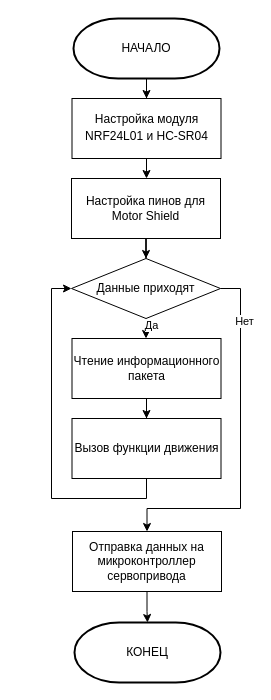
Earlier version of the draw.io diagram block_schemes/mashine_algoritm.drawio (demestor/robot_platform). Source tidied: cells renumbered, new cells numbered last; positions are measured from the earlier drawing's top-left corner, leaving out a move shared by most shapes. Both pictures are drawn from the tidied source at 100%, with x=0, y=0 at pixel (71, 18).
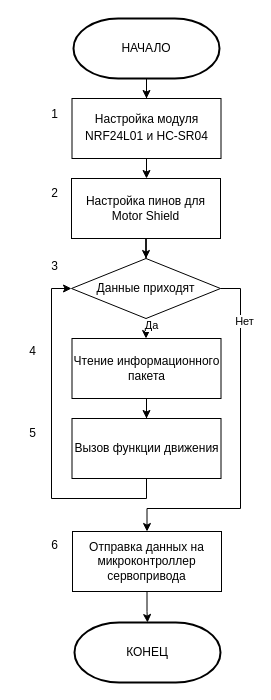
After the change.

The edit, as a diff of the source:
```diff
@@
+    <mxCell id="20" value="1" style="text;html=1;align=center;verticalAlign=middle;strokeColor=none;fillColor=none;" parent="1" vertex="1">
+      <mxGeometry x="-32" y="81" width="30" height="30" as="geometry" />
+    </mxCell>
+    <mxCell id="21" value="2" style="text;html=1;align=center;verticalAlign=middle;strokeColor=none;fillColor=none;" parent="1" vertex="1">
+      <mxGeometry x="-32" y="160" width="30" height="30" as="geometry" />
+    </mxCell>
+    <mxCell id="22" value="3" style="text;html=1;align=center;verticalAlign=middle;strokeColor=none;fillColor=none;" parent="1" vertex="1">
+      <mxGeometry x="-32" y="233" width="30" height="30" as="geometry" />
+    </mxCell>
+    <mxCell id="23" value="4" style="text;html=1;align=center;verticalAlign=middle;strokeColor=none;fillColor=none;" parent="1" vertex="1">
+      <mxGeometry x="-54" y="318" width="30" height="30" as="geometry" />
+    </mxCell>
+    <mxCell id="24" value="5" style="text;html=1;align=center;verticalAlign=middle;strokeColor=none;fillColor=none;" parent="1" vertex="1">
+      <mxGeometry x="-54" y="400" width="30" height="30" as="geometry" />
+    </mxCell>
+    <mxCell id="25" value="6" style="text;html=1;align=center;verticalAlign=middle;strokeColor=none;fillColor=none;" parent="1" vertex="1">
+      <mxGeometry x="-32" y="512" width="30" height="30" as="geometry" />
+    </mxCell>
```
